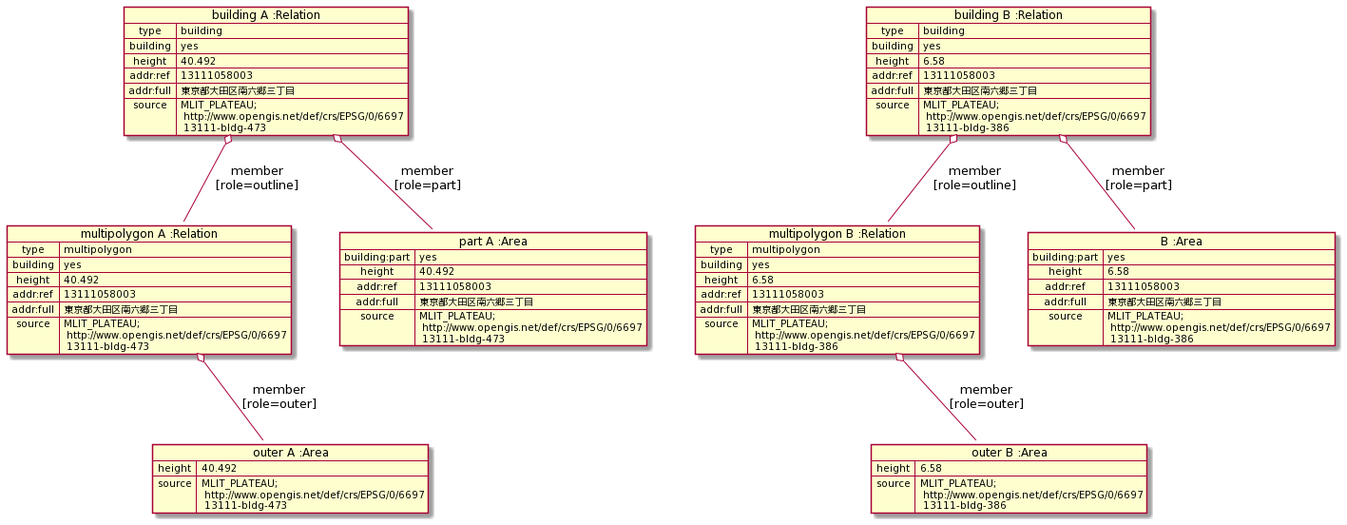
yuuhayashi/citygml-osm keeps this PlantUML diagram as doc/building/sample-c/osm1-parse.png. Above is the earlier version.
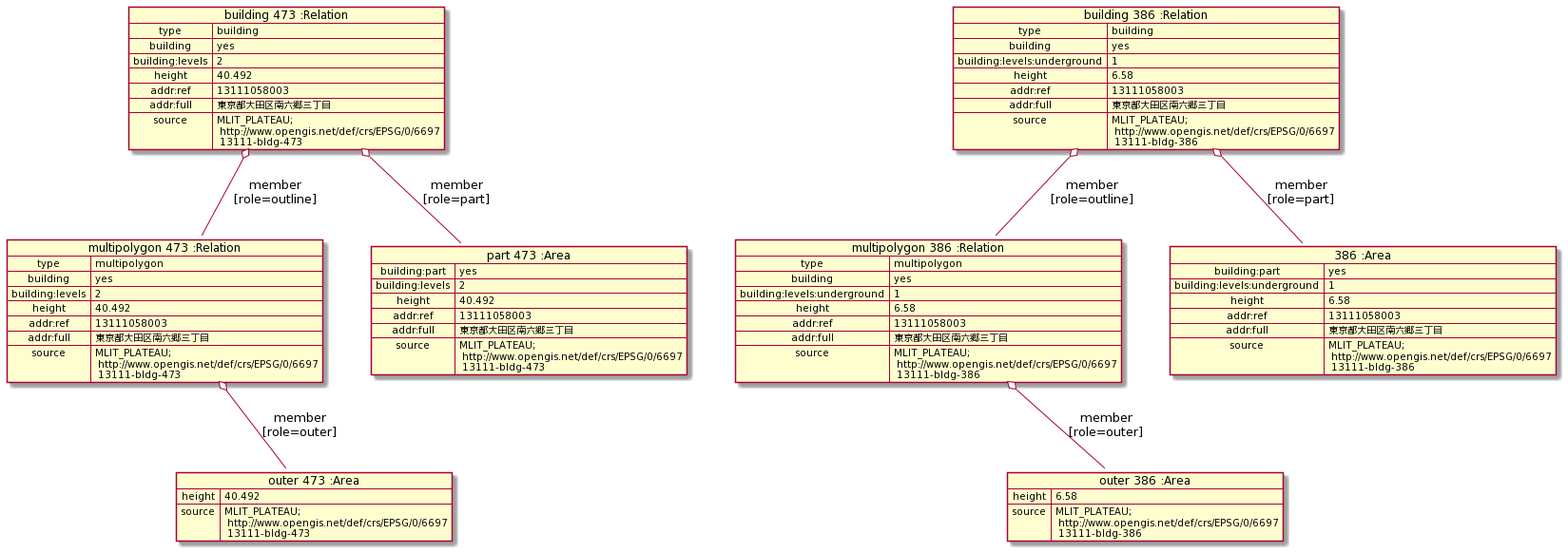
After the change.

The edit, as a diff of the source:
```diff
@@ -1,31 +1,34 @@
 @startuml
-map "building A :Relation" as buildingA {
+map "building 473 :Relation" as buildingA {
  type => building
  building => yes
+ building:levels => 2
  height => 40.492
  addr:ref => 13111058003
  addr:full => 東京都大田区南六郷三丁目
  source => MLIT_PLATEAU;\n http://www.opengis.net/def/crs/EPSG/0/6697\n 13111-bldg-473
 }
 
-map "multipolygon A :Relation" as polygonA {
+map "multipolygon 473 :Relation" as polygonA {
  type => multipolygon
  building => yes
+ building:levels => 2
  height => 40.492
  addr:ref => 13111058003
  addr:full => 東京都大田区南六郷三丁目
  source => MLIT_PLATEAU;\n http://www.opengis.net/def/crs/EPSG/0/6697\n 13111-bldg-473
 }
 
-map "part A :Area" as partA {
+map "part 473 :Area" as partA {
  building:part => yes
+ building:levels => 2
  height => 40.492
  addr:ref => 13111058003
  addr:full => 東京都大田区南六郷三丁目
  source => MLIT_PLATEAU;\n http://www.opengis.net/def/crs/EPSG/0/6697\n 13111-bldg-473
 }
 
-map "outer A :Area" as outerA {
+map "outer 473 :Area" as outerA {
  height => 40.492
  source => MLIT_PLATEAU;\n http://www.opengis.net/def/crs/EPSG/0/6697\n 13111-bldg-473
 }
@@ -36,33 +39,36 @@
 partA -[hidden]- outerA
 
 
-map "building B :Relation" as buildingB {
+map "building 386 :Relation" as buildingB {
  type => building
  building => yes
+ building:levels:underground => 1
  height => 6.58
  addr:ref => 13111058003
  addr:full => 東京都大田区南六郷三丁目
  source => MLIT_PLATEAU;\n http://www.opengis.net/def/crs/EPSG/0/6697\n 13111-bldg-386
 }
 
-map "multipolygon B :Relation" as polygonB {
+map "multipolygon 386 :Relation" as polygonB {
  type => multipolygon
  building => yes
+ building:levels:underground => 1
  height => 6.58
  addr:ref => 13111058003
  addr:full => 東京都大田区南六郷三丁目
  source => MLIT_PLATEAU;\n http://www.opengis.net/def/crs/EPSG/0/6697\n 13111-bldg-386
 }
 
-map "B :Area" as partB {
+map "386 :Area" as partB {
  building:part => yes
+ building:levels:underground => 1
  height => 6.58
  addr:ref => 13111058003
  addr:full => 東京都大田区南六郷三丁目
  source => MLIT_PLATEAU;\n http://www.opengis.net/def/crs/EPSG/0/6697\n 13111-bldg-386
 }
 
-map "outer B :Area" as outerB {
+map "outer 386 :Area" as outerB {
  height => 6.58
  source => MLIT_PLATEAU;\n http://www.opengis.net/def/crs/EPSG/0/6697\n 13111-bldg-386
 }
```
